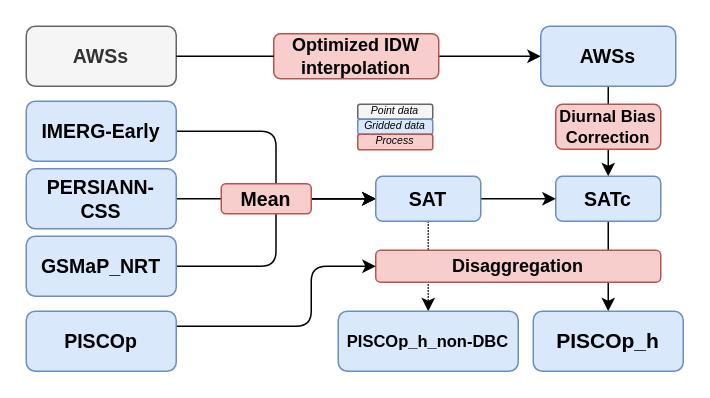
adrHuerta/diagrams keeps this draw.io diagram as Untitled Diagram.drawio. Above is the earlier version. Source tidied: cells renumbered, new cells numbered last; positions are measured from the earlier drawing's top-left corner, leaving out a move shared by most shapes. Both pictures are drawn from the tidied source at 150%, with x=0, y=0 at pixel (26, 26).
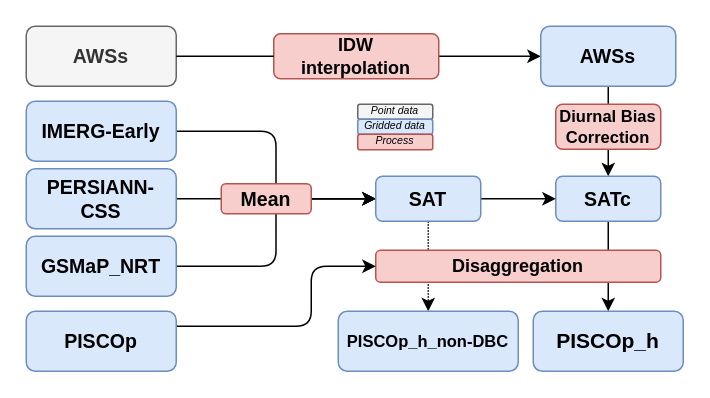
The same diagram, later.

The edit, as a diff of the source:
```diff
@@
-    <mxCell id="15" value="Optimized IDW&lt;br style=&quot;font-size: 12px;&quot;&gt;interpolation" style="text;html=1;align=center;verticalAlign=middle;whiteSpace=wrap;rounded=1;fillColor=#f8cecc;strokeColor=#b85450;fontStyle=1;fontSize=12;" parent="1" vertex="1">
+    <mxCell id="15" value="IDW&lt;br style=&quot;font-size: 12px&quot;&gt;interpolation" style="text;html=1;align=center;verticalAlign=middle;whiteSpace=wrap;rounded=1;fillColor=#f8cecc;strokeColor=#b85450;fontStyle=1;fontSize=12;" parent="1" vertex="1">
       <mxGeometry x="165" y="5" width="110" height="30" as="geometry" />
     </mxCell>
```
